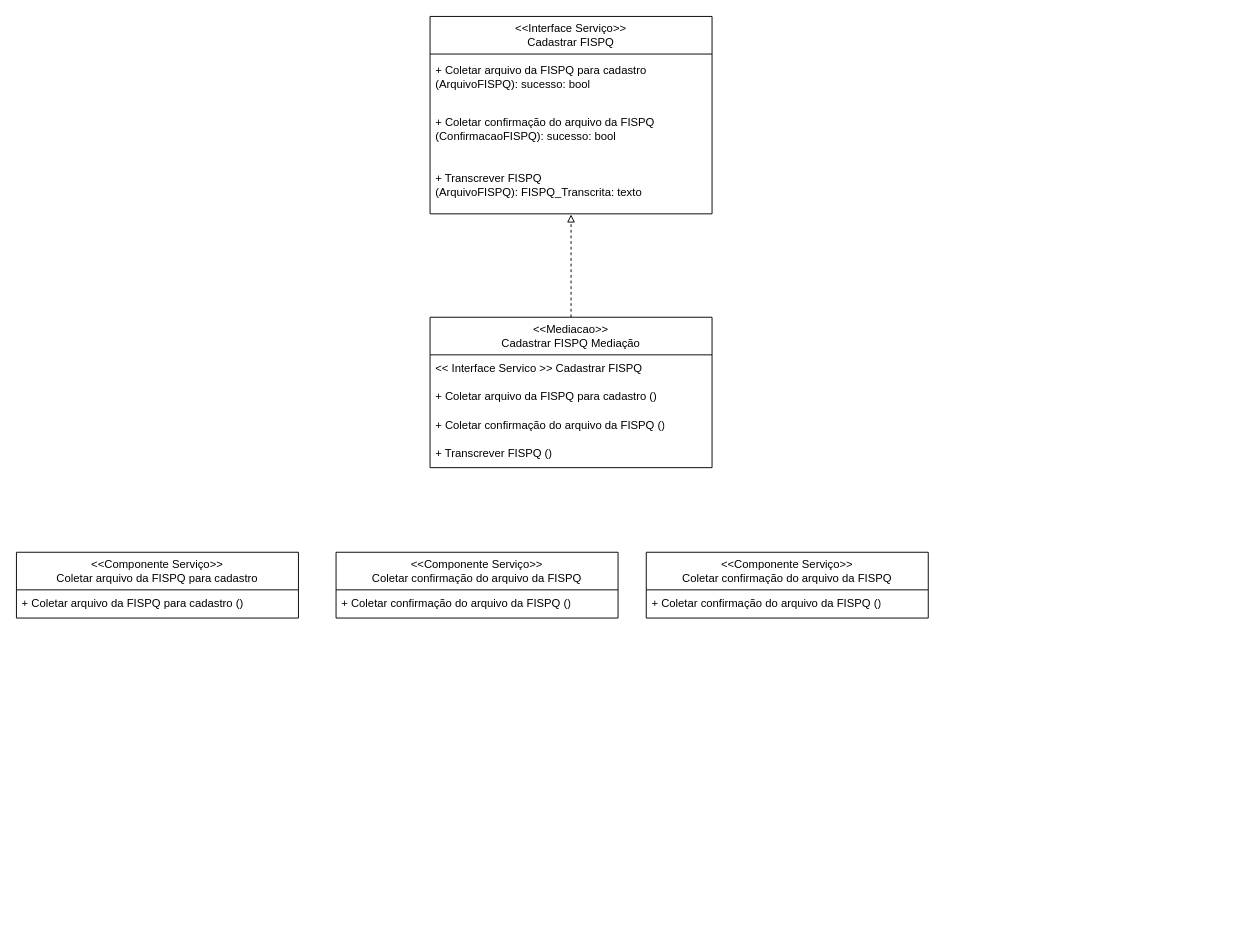
Earlier version of the draw.io diagram diagrama_realizacao/diagrama_realizacao_cadastrar-fispq.drawio (gb-cs-rt/stoc_fispq). Source tidied: cells renumbered, new cells numbered last; positions are measured from the earlier drawing's top-left corner, leaving out a move shared by most shapes. Both pictures are drawn from the tidied source at 94%, with x=0, y=0 at pixel (16, 16).
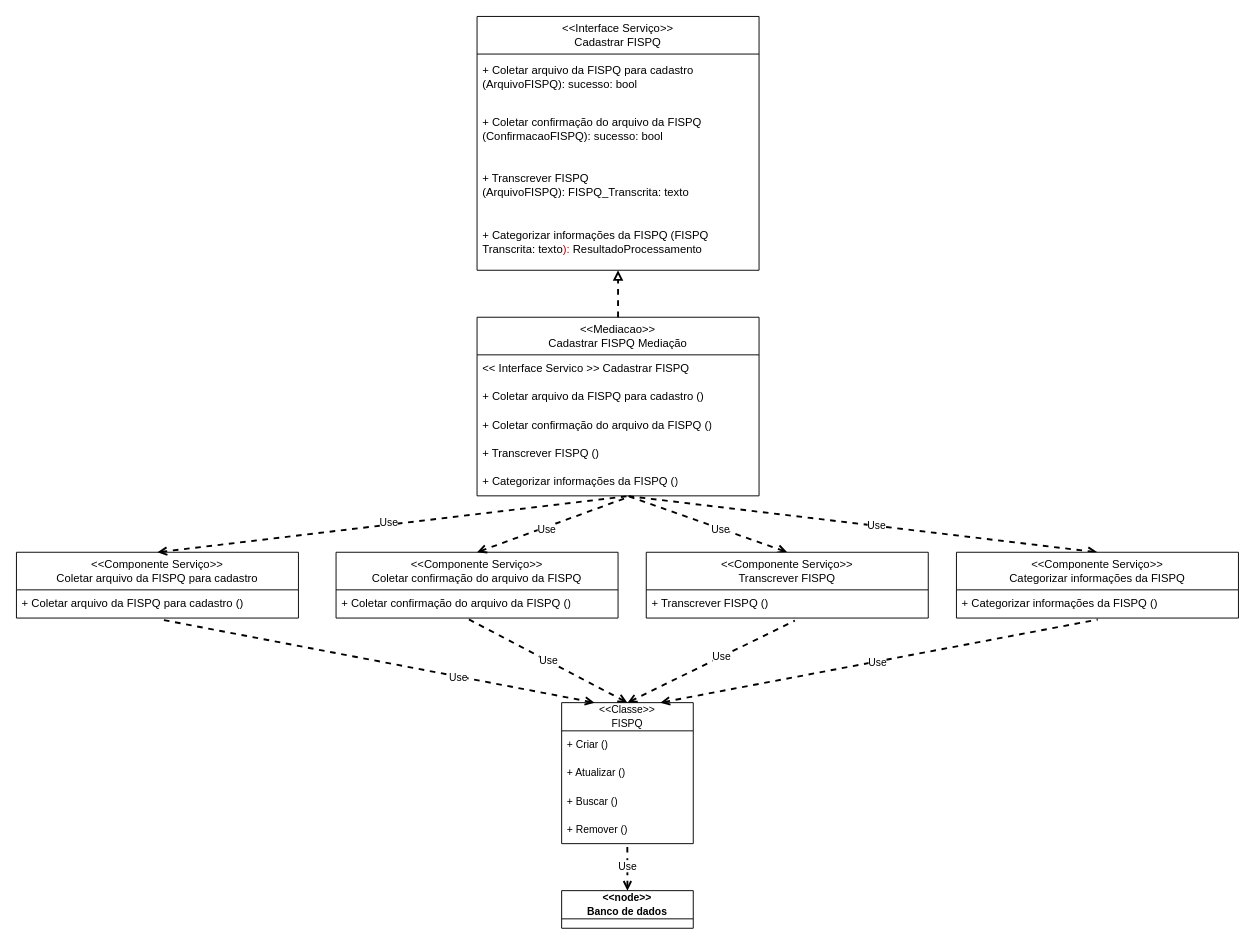
After the change.

Commit message (it also covers changes not shown here):
diagrama realizacao update

Unchanged cells that the change refers to:
```xml
<mxCell id="5" value="&lt;div&gt;+ Transcrever FISPQ (&lt;span style=&quot;background-color: transparent; color: light-dark(rgb(0, 0, 0), rgb(255, 255, 255));&quot;&gt;ArquivoFISPQ):&amp;nbsp;&lt;/span&gt;&lt;span style=&quot;background-color: transparent; color: light-dark(rgb(0, 0, 0), rgb(255, 255, 255));&quot;&gt;FISPQ_Transcrita: texto&lt;/span&gt;&lt;/div&gt;" style="text;strokeColor=none;fillColor=none;align=left;verticalAlign=middle;spacingLeft=4;spacingRight=4;overflow=hidden;points=[[0,0.5],[1,0.5]];portConstraint=eastwest;whiteSpace=wrap;html=1;" parent="2" vertex="1">
  <mxGeometry y="150" width="300" height="60" as="geometry" />
</mxCell>
<mxCell id="12" value="&amp;lt;&amp;lt;Componente Serviço&amp;gt;&amp;gt;&lt;div&gt;Coletar arquivo da FISPQ para cadastro&lt;/div&gt;" style="swimlane;fontStyle=0;horizontal=1;startSize=40;whiteSpace=wrap;html=1;" parent="1" vertex="1">
  <mxGeometry y="570" width="300" height="70" as="geometry" />
</mxCell>
<mxCell id="13" value="&lt;div&gt;+ Coletar arquivo da FISPQ para cadastro (&lt;span style=&quot;background-color: transparent; color: light-dark(rgb(0, 0, 0), rgb(255, 255, 255));&quot;&gt;)&lt;/span&gt;&lt;/div&gt;" style="text;strokeColor=none;fillColor=none;align=left;verticalAlign=middle;spacingLeft=4;spacingRight=4;overflow=hidden;points=[[0,0.5],[1,0.5]];portConstraint=eastwest;whiteSpace=wrap;html=1;" parent="12" vertex="1">
  <mxGeometry y="40" width="300" height="30" as="geometry" />
</mxCell>
<mxCell id="14" value="&amp;lt;&amp;lt;Componente Serviço&amp;gt;&amp;gt;&lt;div&gt;Coletar confirmação do arquivo da FISPQ&lt;/div&gt;" style="swimlane;fontStyle=0;horizontal=1;startSize=40;whiteSpace=wrap;html=1;" parent="1" vertex="1">
  <mxGeometry x="340" y="570" width="300" height="70" as="geometry" />
</mxCell>
<mxCell id="15" value="&lt;div&gt;+ Coletar confirmação do arquivo da FISPQ (&lt;span style=&quot;background-color: transparent; color: light-dark(rgb(0, 0, 0), rgb(255, 255, 255));&quot;&gt;)&lt;/span&gt;&lt;/div&gt;" style="text;strokeColor=none;fillColor=none;align=left;verticalAlign=middle;spacingLeft=4;spacingRight=4;overflow=hidden;points=[[0,0.5],[1,0.5]];portConstraint=eastwest;whiteSpace=wrap;html=1;" parent="14" vertex="1">
  <mxGeometry y="40" width="300" height="30" as="geometry" />
</mxCell>
```

Change to the diagram source:
```diff
@@
     <mxCell id="2" value="&amp;lt;&amp;lt;Interface Serviço&amp;gt;&amp;gt;&lt;div&gt;Cadastrar FISPQ&lt;/div&gt;" style="swimlane;fontStyle=0;horizontal=1;startSize=40;whiteSpace=wrap;html=1;" parent="1" vertex="1">
-      <mxGeometry x="440" width="300" height="210" as="geometry" />
+      <mxGeometry x="490" width="300" height="270" as="geometry" />
     </mxCell>
@@
+    <mxCell id="18" value="&lt;div&gt;+ Categorizar informações da FISPQ (&lt;span style=&quot;background-color: transparent;&quot;&gt;FISPQ Transcrita: texto&lt;font color=&quot;rgba(0, 0, 0, 0)&quot;&gt;):&amp;nbsp;&lt;/font&gt;&lt;/span&gt;&lt;span style=&quot;background-color: transparent;&quot;&gt;ResultadoProcessamento&lt;/span&gt;&lt;/div&gt;" style="text;strokeColor=none;fillColor=none;align=left;verticalAlign=middle;spacingLeft=4;spacingRight=4;overflow=hidden;whiteSpace=wrap;html=1;" parent="2" vertex="1">
+      <mxGeometry y="210" width="300" height="60" as="geometry" />
+    </mxCell>
     <mxCell id="6" value="&amp;lt;&amp;lt;Mediacao&amp;gt;&amp;gt;&lt;div&gt;Cadastrar FISPQ Mediação&lt;/div&gt;" style="swimlane;fontStyle=0;horizontal=1;startSize=40;whiteSpace=wrap;html=1;" parent="1" vertex="1">
-      <mxGeometry x="440" y="320" width="300" height="160" as="geometry" />
+      <mxGeometry x="490" y="320" width="300" height="190" as="geometry" />
     </mxCell>
@@
+    <mxCell id="19" value="&lt;div&gt;+ Categorizar informações da FISPQ&amp;nbsp;(&lt;span style=&quot;background-color: transparent; color: light-dark(rgb(0, 0, 0), rgb(255, 255, 255));&quot;&gt;)&lt;/span&gt;&lt;/div&gt;" style="text;strokeColor=none;fillColor=none;align=left;verticalAlign=middle;spacingLeft=4;spacingRight=4;overflow=hidden;points=[[0,0.5],[1,0.5]];portConstraint=eastwest;whiteSpace=wrap;html=1;" parent="6" vertex="1">
+      <mxGeometry y="160" width="300" height="30" as="geometry" />
+    </mxCell>
-    <mxCell id="11" style="edgeStyle=orthogonalEdgeStyle;rounded=0;jettySize=auto;html=1;entryX=0.5;entryY=1.011;entryDx=0;entryDy=0;entryPerimeter=0;endArrow=block;endFill=0;dashed=1;" parent="1" edge="1" source="6" target="5">
-      <mxGeometry relative="1" as="geometry" />
+    <mxCell id="11" style="edgeStyle=orthogonalEdgeStyle;rounded=0;jettySize=auto;html=1;endArrow=block;endFill=0;dashed=1;strokeWidth=2;" parent="1" edge="1" source="6">
+      <mxGeometry relative="1" as="geometry">
+        <mxPoint x="640" y="270" as="targetPoint" />
+      </mxGeometry>
     </mxCell>
@@
+    <mxCell id="20" style="edgeStyle=none;shape=connector;rounded=0;jettySize=auto;html=1;exitX=0.5;exitY=0;exitDx=0;exitDy=0;dashed=1;strokeColor=default;strokeWidth=2;align=center;verticalAlign=middle;fontFamily=Helvetica;fontSize=11;fontColor=default;labelBackgroundColor=default;startArrow=open;startFill=0;endArrow=none;endFill=0;" parent="1" edge="1" source="16">
+      <mxGeometry relative="1" as="geometry">
+        <mxPoint x="650" y="510" as="targetPoint" />
+      </mxGeometry>
+    </mxCell>
+    <mxCell id="21" value="Use" style="edgeLabel;html=1;align=center;verticalAlign=middle;" parent="20" vertex="1">
+      <mxGeometry x="-0.17" y="1" relative="1" as="geometry" />
+    </mxCell>
-    <mxCell id="16" value="&amp;lt;&amp;lt;Componente Serviço&amp;gt;&amp;gt;&lt;div&gt;Coletar confirmação do arquivo da FISPQ&lt;/div&gt;" style="swimlane;fontStyle=0;horizontal=1;startSize=40;whiteSpace=wrap;html=1;" parent="1" vertex="1">
+    <mxCell id="16" value="&amp;lt;&amp;lt;Componente Serviço&amp;gt;&amp;gt;&lt;div&gt;&lt;span style=&quot;text-align: left;&quot;&gt;Transcrever FISPQ&lt;/span&gt;&lt;/div&gt;" style="swimlane;fontStyle=0;horizontal=1;startSize=40;whiteSpace=wrap;html=1;" parent="1" vertex="1">
       <mxGeometry x="670" y="570" width="300" height="70" as="geometry" />
     </mxCell>
-    <mxCell id="17" value="&lt;div&gt;+ Coletar confirmação do arquivo da FISPQ (&lt;span style=&quot;background-color: transparent; color: light-dark(rgb(0, 0, 0), rgb(255, 255, 255));&quot;&gt;)&lt;/span&gt;&lt;/div&gt;" style="text;strokeColor=none;fillColor=none;align=left;verticalAlign=middle;spacingLeft=4;spacingRight=4;overflow=hidden;points=[[0,0.5],[1,0.5]];portConstraint=eastwest;whiteSpace=wrap;html=1;" parent="16" vertex="1">
+    <mxCell id="17" value="&lt;div&gt;+ Transcrever FISPQ&amp;nbsp;(&lt;span style=&quot;background-color: transparent; color: light-dark(rgb(0, 0, 0), rgb(255, 255, 255));&quot;&gt;)&lt;/span&gt;&lt;/div&gt;" style="text;strokeColor=none;fillColor=none;align=left;verticalAlign=middle;spacingLeft=4;spacingRight=4;overflow=hidden;points=[[0,0.5],[1,0.5]];portConstraint=eastwest;whiteSpace=wrap;html=1;" parent="16" vertex="1">
       <mxGeometry y="40" width="300" height="30" as="geometry" />
     </mxCell>
+    <mxCell id="22" style="edgeStyle=none;shape=connector;rounded=0;jettySize=auto;html=1;exitX=0.5;exitY=0;exitDx=0;exitDy=0;dashed=1;strokeColor=default;strokeWidth=2;align=center;verticalAlign=middle;fontFamily=Helvetica;fontSize=11;fontColor=default;labelBackgroundColor=default;startArrow=open;startFill=0;endArrow=none;endFill=0;" parent="1" edge="1" source="24">
+      <mxGeometry relative="1" as="geometry">
+        <mxPoint x="648.3" y="510" as="targetPoint" />
+      </mxGeometry>
+    </mxCell>
+    <mxCell id="23" value="Use" style="edgeLabel;html=1;align=center;verticalAlign=middle;" parent="22" vertex="1">
+      <mxGeometry x="-0.06" relative="1" as="geometry" />
+    </mxCell>
+    <mxCell id="24" value="&amp;lt;&amp;lt;Componente Serviço&amp;gt;&amp;gt;&lt;div&gt;&lt;span style=&quot;text-align: left;&quot;&gt;Categorizar informações da FISPQ&lt;/span&gt;&lt;/div&gt;" style="swimlane;fontStyle=0;horizontal=1;startSize=40;whiteSpace=wrap;html=1;" parent="1" vertex="1">
+      <mxGeometry x="1000" y="570" width="300" height="70" as="geometry" />
+    </mxCell>
+    <mxCell id="25" value="&lt;div&gt;+ Categorizar informações da FISPQ&amp;nbsp;(&lt;span style=&quot;background-color: transparent; color: light-dark(rgb(0, 0, 0), rgb(255, 255, 255));&quot;&gt;)&lt;/span&gt;&lt;/div&gt;" style="text;strokeColor=none;fillColor=none;align=left;verticalAlign=middle;spacingLeft=4;spacingRight=4;overflow=hidden;points=[[0,0.5],[1,0.5]];portConstraint=eastwest;whiteSpace=wrap;html=1;" parent="24" vertex="1">
+      <mxGeometry y="40" width="300" height="30" as="geometry" />
+    </mxCell>
+    <mxCell id="26" style="rounded=0;jettySize=auto;html=1;exitX=0.5;exitY=0;exitDx=0;exitDy=0;entryX=0.533;entryY=1.013;entryDx=0;entryDy=0;entryPerimeter=0;endArrow=none;endFill=0;startFill=0;startArrow=open;dashed=1;strokeWidth=2;" parent="1" edge="1" source="12" target="19">
+      <mxGeometry relative="1" as="geometry" />
+    </mxCell>
+    <mxCell id="27" value="Use" style="edgeLabel;html=1;align=center;verticalAlign=middle;" parent="26" vertex="1">
+      <mxGeometry x="-0.02" y="2" relative="1" as="geometry" />
+    </mxCell>
+    <mxCell id="28" style="edgeStyle=none;shape=connector;rounded=0;jettySize=auto;html=1;exitX=0.5;exitY=0;exitDx=0;exitDy=0;entryX=0.536;entryY=1.044;entryDx=0;entryDy=0;entryPerimeter=0;dashed=1;strokeColor=default;strokeWidth=2;align=center;verticalAlign=middle;fontFamily=Helvetica;fontSize=11;fontColor=default;labelBackgroundColor=default;startArrow=open;startFill=0;endArrow=none;endFill=0;" parent="1" edge="1" source="14" target="19">
+      <mxGeometry relative="1" as="geometry" />
+    </mxCell>
+    <mxCell id="29" value="Use" style="edgeLabel;html=1;align=center;verticalAlign=middle;" parent="28" vertex="1">
+      <mxGeometry x="-0.1" y="-2" relative="1" as="geometry" />
+    </mxCell>
+    <mxCell id="30" value="&amp;lt;&amp;lt;Classe&amp;gt;&amp;gt;&lt;div&gt;FISPQ&lt;/div&gt;" style="swimlane;fontStyle=0;horizontal=1;startSize=30;whiteSpace=wrap;html=1;align=center;verticalAlign=middle;spacingLeft=4;spacingRight=4;fontFamily=Helvetica;fontSize=11;fontColor=default;labelBackgroundColor=default;fillColor=none;gradientColor=none;" parent="1" vertex="1">
+      <mxGeometry x="580" y="730" width="140" height="150" as="geometry" />
+    </mxCell>
+    <mxCell id="31" value="+ Criar ()" style="text;strokeColor=none;fillColor=none;align=left;verticalAlign=middle;spacingLeft=4;spacingRight=4;overflow=hidden;whiteSpace=wrap;html=1;fontFamily=Helvetica;fontSize=11;fontColor=default;labelBackgroundColor=default;" parent="30" vertex="1">
+      <mxGeometry y="30" width="140" height="30" as="geometry" />
+    </mxCell>
+    <mxCell id="32" value="+ Atualizar ()" style="text;strokeColor=none;fillColor=none;align=left;verticalAlign=middle;spacingLeft=4;spacingRight=4;overflow=hidden;whiteSpace=wrap;html=1;fontFamily=Helvetica;fontSize=11;fontColor=default;labelBackgroundColor=default;" parent="30" vertex="1">
+      <mxGeometry y="60" width="140" height="30" as="geometry" />
+    </mxCell>
+    <mxCell id="33" value="+ Buscar ()" style="text;strokeColor=none;fillColor=none;align=left;verticalAlign=middle;spacingLeft=4;spacingRight=4;overflow=hidden;whiteSpace=wrap;html=1;fontFamily=Helvetica;fontSize=11;fontColor=default;labelBackgroundColor=default;" parent="30" vertex="1">
+      <mxGeometry y="90" width="140" height="30" as="geometry" />
+    </mxCell>
+    <mxCell id="34" value="+ Remover ()" style="text;strokeColor=none;fillColor=none;align=left;verticalAlign=middle;spacingLeft=4;spacingRight=4;overflow=hidden;points=[[0,0.5],[1,0.5]];portConstraint=eastwest;whiteSpace=wrap;html=1;fontFamily=Helvetica;fontSize=11;fontColor=default;labelBackgroundColor=default;" parent="30" vertex="1">
+      <mxGeometry y="120" width="140" height="30" as="geometry" />
+    </mxCell>
+    <mxCell id="35" style="edgeStyle=none;shape=connector;rounded=0;jettySize=auto;html=1;exitX=0.5;exitY=0;exitDx=0;exitDy=0;entryX=0.467;entryY=1.027;entryDx=0;entryDy=0;entryPerimeter=0;dashed=1;strokeColor=default;strokeWidth=2;align=center;verticalAlign=middle;fontFamily=Helvetica;fontSize=11;fontColor=default;labelBackgroundColor=default;startArrow=open;startFill=0;endArrow=none;endFill=0;" parent="1" edge="1" source="30" target="15">
+      <mxGeometry relative="1" as="geometry" />
+    </mxCell>
+    <mxCell id="36" value="Use" style="edgeLabel;html=1;align=center;verticalAlign=middle;" parent="35" vertex="1">
+      <mxGeometry x="0.01" y="-2" relative="1" as="geometry">
+        <mxPoint y="1" as="offset" />
+      </mxGeometry>
+    </mxCell>
+    <mxCell id="37" style="edgeStyle=none;shape=connector;rounded=0;jettySize=auto;html=1;exitX=0.5;exitY=0;exitDx=0;exitDy=0;entryX=0.527;entryY=1.093;entryDx=0;entryDy=0;entryPerimeter=0;dashed=1;strokeColor=default;strokeWidth=2;align=center;verticalAlign=middle;fontFamily=Helvetica;fontSize=11;fontColor=default;labelBackgroundColor=default;startArrow=open;startFill=0;endArrow=none;endFill=0;" parent="1" edge="1" source="30" target="17">
+      <mxGeometry relative="1" as="geometry" />
+    </mxCell>
+    <mxCell id="38" value="Use" style="edgeLabel;html=1;align=center;verticalAlign=middle;" parent="37" vertex="1">
+      <mxGeometry x="0.12" y="1" relative="1" as="geometry" />
+    </mxCell>
+    <mxCell id="39" style="edgeStyle=none;shape=connector;rounded=0;jettySize=auto;html=1;exitX=0.75;exitY=0;exitDx=0;exitDy=0;entryX=0.501;entryY=1.053;entryDx=0;entryDy=0;entryPerimeter=0;dashed=1;strokeColor=default;strokeWidth=2;align=center;verticalAlign=middle;fontFamily=Helvetica;fontSize=11;fontColor=default;labelBackgroundColor=default;startArrow=open;startFill=0;endArrow=none;endFill=0;" parent="1" edge="1" source="30" target="25">
+      <mxGeometry relative="1" as="geometry" />
+    </mxCell>
+    <mxCell id="40" value="Use" style="edgeLabel;html=1;align=center;verticalAlign=middle;" parent="39" vertex="1">
+      <mxGeometry x="-0.01" y="-1" relative="1" as="geometry" />
+    </mxCell>
+    <mxCell id="41" style="edgeStyle=none;shape=connector;rounded=0;jettySize=auto;html=1;exitX=0.25;exitY=0;exitDx=0;exitDy=0;entryX=0.51;entryY=1.048;entryDx=0;entryDy=0;entryPerimeter=0;dashed=1;strokeColor=default;strokeWidth=2;align=center;verticalAlign=middle;fontFamily=Helvetica;fontSize=11;fontColor=default;labelBackgroundColor=default;startArrow=open;startFill=0;endArrow=none;endFill=0;" parent="1" edge="1" source="30" target="13">
+      <mxGeometry relative="1" as="geometry" />
+    </mxCell>
+    <mxCell id="42" value="Use" style="edgeLabel;html=1;align=center;verticalAlign=middle;" parent="41" vertex="1">
+      <mxGeometry x="-0.37" relative="1" as="geometry" />
+    </mxCell>
+    <mxCell id="43" value="&lt;b&gt;&amp;lt;&amp;lt;node&amp;gt;&amp;gt;&lt;/b&gt;&lt;div&gt;&lt;b&gt;Banco de dados&lt;/b&gt;&lt;/div&gt;" style="swimlane;fontStyle=0;horizontal=1;startSize=30;whiteSpace=wrap;html=1;align=center;verticalAlign=middle;spacingLeft=4;spacingRight=4;fontFamily=Helvetica;fontSize=11;fontColor=default;labelBackgroundColor=default;fillColor=none;gradientColor=none;" parent="1" vertex="1">
+      <mxGeometry x="580" y="930" width="140" height="40" as="geometry" />
+    </mxCell>
+    <mxCell id="44" style="edgeStyle=none;shape=connector;rounded=0;jettySize=auto;html=1;exitX=0.5;exitY=0;exitDx=0;exitDy=0;entryX=0.499;entryY=1.067;entryDx=0;entryDy=0;entryPerimeter=0;dashed=1;strokeColor=default;strokeWidth=2;align=center;verticalAlign=middle;fontFamily=Helvetica;fontSize=11;fontColor=default;labelBackgroundColor=default;startArrow=open;startFill=0;endArrow=none;endFill=0;" parent="1" edge="1" source="43" target="34">
+      <mxGeometry relative="1" as="geometry" />
+    </mxCell>
+    <mxCell id="45" value="Use" style="edgeLabel;html=1;align=center;verticalAlign=middle;" parent="44" vertex="1">
+      <mxGeometry x="0.14" relative="1" as="geometry" />
+    </mxCell>
```
